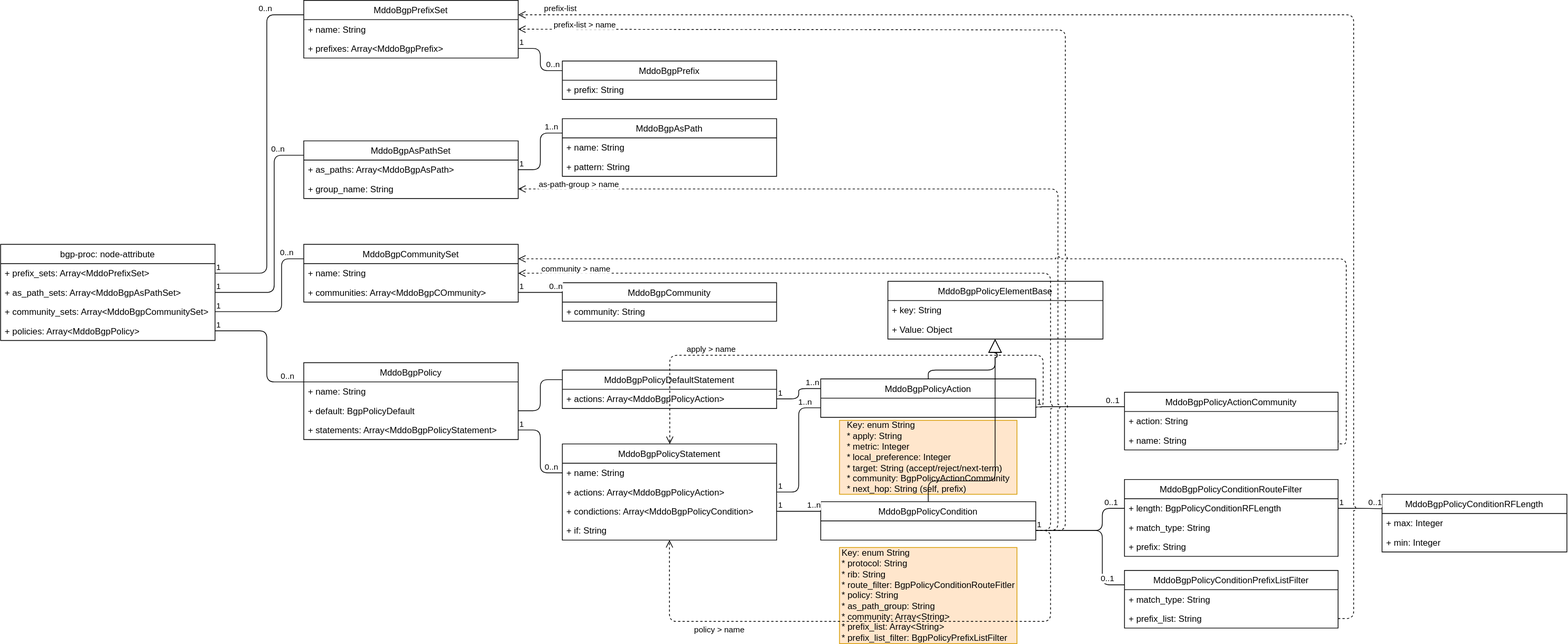
Before: fig/bgp_policy_dsl.drawio.svg, a diagram exported from draw.io (ool-mddo/netomox). Source tidied: cells renumbered, new cells last; positions are measured from the earlier drawing's top-left corner, leaving out a move shared by most shapes.
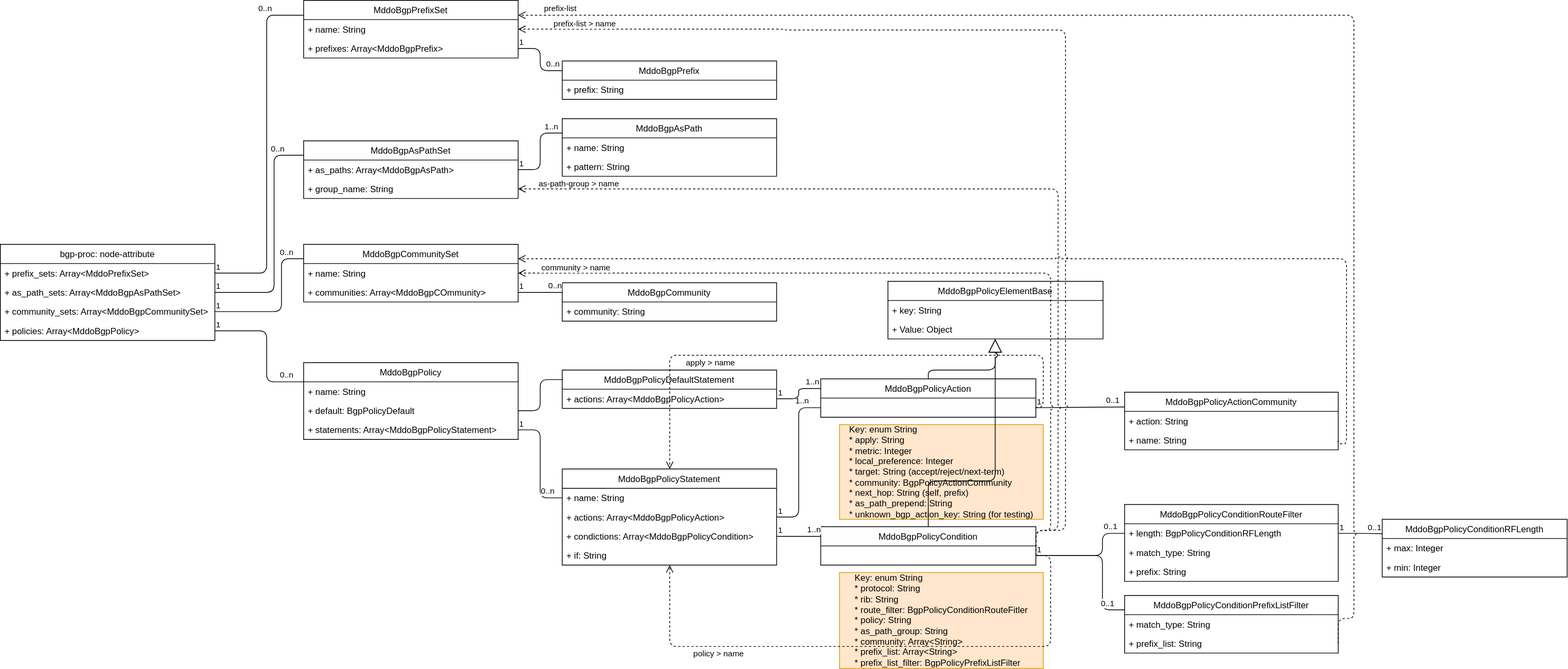
Later version of the same file.

Commit message:
add as-path-prepend bgp policy action

Change to the diagram source:
```diff
@@ -88,7 +88,7 @@
       </mxGeometry>
     </mxCell>
     <mxCell id="25" value="MddoBgpPolicyStatement" style="swimlane;fontStyle=0;horizontal=1;startSize=26;fillColor=none;" parent="1" vertex="1">
-      <mxGeometry x="759.7" y="600" width="289.8" height="130" as="geometry" />
+      <mxGeometry x="759.7" y="634" width="289.8" height="130" as="geometry" />
     </mxCell>
     <mxCell id="26" value="+ name: String" style="text;strokeColor=none;fillColor=none;align=left;verticalAlign=top;spacingLeft=4;spacingRight=4;overflow=hidden;points=[[0,0.5],[1,0.5]];portConstraint=eastwest;" parent="25" vertex="1">
       <mxGeometry y="26" width="289.8" height="26" as="geometry" />
@@ -117,10 +117,10 @@
       <mxGeometry x="1109.2" y="512" width="290.8" height="52" as="geometry" />
     </mxCell>
     <mxCell id="34" value="MddoBgpPolicyCondition" style="swimlane;fontStyle=0;horizontal=1;startSize=26;fillColor=none;" parent="1" vertex="1">
-      <mxGeometry x="1109.2" y="678" width="290.8" height="52" as="geometry" />
+      <mxGeometry x="1109.2" y="712" width="290.8" height="52" as="geometry" />
     </mxCell>
     <mxCell id="35" value="MddoBgpPolicyConditionRouteFilter" style="swimlane;fontStyle=0;horizontal=1;startSize=26;fillColor=none;" parent="1" vertex="1">
-      <mxGeometry x="1520" y="648" width="288.8" height="104" as="geometry" />
+      <mxGeometry x="1520" y="682" width="288.8" height="104" as="geometry" />
     </mxCell>
     <mxCell id="36" value="+ length: BgpPolicyConditionRFLength" style="text;strokeColor=none;fillColor=none;align=left;verticalAlign=top;spacingLeft=4;spacingRight=4;overflow=hidden;points=[[0,0.5],[1,0.5]];portConstraint=eastwest;" parent="35" vertex="1">
       <mxGeometry y="26" width="288.8" height="26" as="geometry" />
@@ -156,8 +156,8 @@
     <mxCell id="45" style="endArrow=none;endFill=0;html=1;edgeStyle=orthogonalEdgeStyle;align=left;verticalAlign=top;exitX=1;exitY=0.75;exitDx=0;exitDy=0;entryX=0;entryY=0.5;entryDx=0;entryDy=0;" parent="1" edge="1" source="34" target="36">
       <mxGeometry x="-1" relative="1" as="geometry">
         <Array as="points">
-          <mxPoint x="1490" y="717" />
-          <mxPoint x="1490" y="687" />
+          <mxPoint x="1490" y="751" />
+          <mxPoint x="1490" y="721" />
         </Array>
       </mxGeometry>
     </mxCell>
@@ -282,14 +282,14 @@
         <mxPoint x="-4" y="-12" as="offset" />
       </mxGeometry>
     </mxCell>
-    <mxCell id="77" value="&lt;div style=&quot;text-align: left;&quot;&gt;&lt;span style=&quot;background-color: initial;&quot;&gt;Key: enum String&lt;/span&gt;&lt;/div&gt;&lt;div style=&quot;text-align: left;&quot;&gt;&lt;span style=&quot;background-color: initial;&quot;&gt;* apply: String&lt;/span&gt;&lt;/div&gt;&lt;div style=&quot;text-align: left;&quot;&gt;&lt;span style=&quot;background-color: initial;&quot;&gt;* metric: Integer&lt;/span&gt;&lt;/div&gt;&lt;div style=&quot;text-align: left;&quot;&gt;&lt;span style=&quot;background-color: initial;&quot;&gt;* local_preference: Integer&lt;/span&gt;&lt;/div&gt;&lt;div style=&quot;text-align: left;&quot;&gt;&lt;span style=&quot;background-color: initial;&quot;&gt;* target: String (accept/reject/next-term)&lt;/span&gt;&lt;/div&gt;&lt;div style=&quot;text-align: left;&quot;&gt;&lt;span style=&quot;background-color: initial;&quot;&gt;* community: BgpPolicyActionCommunity&lt;/span&gt;&lt;/div&gt;&lt;div style=&quot;text-align: left;&quot;&gt;&lt;span style=&quot;background-color: initial;&quot;&gt;* next_hop: String (self, prefix)&lt;/span&gt;&lt;/div&gt;" style="text;html=1;strokeColor=#d79b00;fillColor=#ffe6cc;align=center;verticalAlign=middle;whiteSpace=wrap;rounded=0;" parent="1" vertex="1">
-      <mxGeometry x="1134.6" y="568" width="240" height="100" as="geometry" />
+    <mxCell id="77" value="&lt;div style=&quot;text-align: left;&quot;&gt;&lt;span style=&quot;background-color: initial;&quot;&gt;Key: enum String&lt;/span&gt;&lt;/div&gt;&lt;div style=&quot;text-align: left;&quot;&gt;&lt;span style=&quot;background-color: initial;&quot;&gt;* apply: String&lt;/span&gt;&lt;/div&gt;&lt;div style=&quot;text-align: left;&quot;&gt;&lt;span style=&quot;background-color: initial;&quot;&gt;* metric: Integer&lt;/span&gt;&lt;/div&gt;&lt;div style=&quot;text-align: left;&quot;&gt;&lt;span style=&quot;background-color: initial;&quot;&gt;* local_preference: Integer&lt;/span&gt;&lt;/div&gt;&lt;div style=&quot;text-align: left;&quot;&gt;&lt;span style=&quot;background-color: initial;&quot;&gt;* target: String (accept/reject/next-term)&lt;/span&gt;&lt;/div&gt;&lt;div style=&quot;text-align: left;&quot;&gt;&lt;span style=&quot;background-color: initial;&quot;&gt;* community: BgpPolicyActionCommunity&lt;/span&gt;&lt;/div&gt;&lt;div style=&quot;text-align: left;&quot;&gt;&lt;span style=&quot;background-color: initial;&quot;&gt;* next_hop: String (self, prefix)&lt;/span&gt;&lt;/div&gt;&lt;div style=&quot;text-align: left;&quot;&gt;&lt;span style=&quot;background-color: initial;&quot;&gt;* as_path_prepend: String&lt;/span&gt;&lt;/div&gt;&lt;div style=&quot;text-align: left;&quot;&gt;&lt;span style=&quot;background-color: initial;&quot;&gt;* unknown_bgp_action_key: String (for testing)&lt;/span&gt;&lt;/div&gt;" style="text;html=1;strokeColor=#d79b00;fillColor=#ffe6cc;align=center;verticalAlign=middle;whiteSpace=wrap;rounded=0;" parent="1" vertex="1">
+      <mxGeometry x="1134.6" y="574" width="275.4" height="128" as="geometry" />
     </mxCell>
     <mxCell id="78" value="&lt;div style=&quot;text-align: left;&quot;&gt;&lt;span style=&quot;background-color: initial;&quot;&gt;Key: enum String&lt;/span&gt;&lt;/div&gt;&lt;div style=&quot;text-align: left;&quot;&gt;&lt;span style=&quot;background-color: initial;&quot;&gt;* protocol: String&lt;/span&gt;&lt;/div&gt;&lt;div style=&quot;text-align: left;&quot;&gt;&lt;span style=&quot;background-color: initial;&quot;&gt;* rib: String&lt;/span&gt;&lt;/div&gt;&lt;div style=&quot;border-color: var(--border-color); text-align: left;&quot;&gt;* route_filter: BgpPolicyConditionRouteFitler&lt;/div&gt;&lt;div style=&quot;border-color: var(--border-color); text-align: left;&quot;&gt;* policy: String&lt;/div&gt;&lt;div style=&quot;text-align: left;&quot;&gt;&lt;span style=&quot;background-color: initial;&quot;&gt;* as_path_group: String&lt;/span&gt;&lt;/div&gt;&lt;div style=&quot;text-align: left;&quot;&gt;* community: Array&amp;lt;String&amp;gt;&lt;span style=&quot;background-color: initial;&quot;&gt;&lt;br&gt;&lt;/span&gt;&lt;/div&gt;&lt;div style=&quot;text-align: left;&quot;&gt;&lt;span style=&quot;background-color: initial;&quot;&gt;* prefix_list: Array&amp;lt;String&amp;gt;&lt;/span&gt;&lt;br&gt;&lt;/div&gt;&lt;div style=&quot;text-align: left;&quot;&gt;&lt;span style=&quot;background-color: initial;&quot;&gt;* prefix_list_filter: BgpPolicyPrefixListFilter&lt;/span&gt;&lt;/div&gt;" style="text;html=1;strokeColor=#d79b00;fillColor=#ffe6cc;align=center;verticalAlign=middle;whiteSpace=wrap;rounded=0;" parent="1" vertex="1">
-      <mxGeometry x="1134.6" y="740" width="240" height="130" as="geometry" />
+      <mxGeometry x="1134.6" y="774" width="275.4" height="130" as="geometry" />
     </mxCell>
     <mxCell id="79" value="MddoBgpPolicyConditionRFLength" style="swimlane;fontStyle=0;horizontal=1;startSize=26;fillColor=none;" parent="1" vertex="1">
-      <mxGeometry x="1868.3" y="668" width="250" height="78" as="geometry" />
+      <mxGeometry x="1868.3" y="702" width="250" height="78" as="geometry" />
     </mxCell>
     <mxCell id="80" value="+ max: Integer" style="text;strokeColor=none;fillColor=none;align=left;verticalAlign=top;spacingLeft=4;spacingRight=4;overflow=hidden;" parent="79" vertex="1">
       <mxGeometry y="26" width="250" height="26" as="geometry" />
@@ -309,7 +309,7 @@
       </mxGeometry>
     </mxCell>
     <mxCell id="85" value="MddoBgpPolicyConditionPrefixListFilter" style="swimlane;fontStyle=0;horizontal=1;startSize=26;fillColor=none;" parent="1" vertex="1">
-      <mxGeometry x="1520" y="771" width="288.8" height="78" as="geometry" />
+      <mxGeometry x="1520" y="805" width="288.8" height="78" as="geometry" />
     </mxCell>
     <mxCell id="86" value="+ match_type: String" style="text;strokeColor=none;fillColor=none;align=left;verticalAlign=top;spacingLeft=4;spacingRight=4;overflow=hidden;" parent="85" vertex="1">
       <mxGeometry y="26" width="288.8" height="26" as="geometry" />
@@ -320,8 +320,8 @@
     <mxCell id="88" style="endArrow=none;endFill=0;html=1;edgeStyle=orthogonalEdgeStyle;align=left;verticalAlign=top;exitX=1;exitY=0.75;exitDx=0;exitDy=0;entryX=0;entryY=0.25;entryDx=0;entryDy=0;" parent="1" edge="1" source="34" target="85">
       <mxGeometry x="-1" relative="1" as="geometry">
         <Array as="points">
-          <mxPoint x="1490" y="717" />
-          <mxPoint x="1490" y="790" />
+          <mxPoint x="1490" y="751" />
+          <mxPoint x="1490" y="824" />
         </Array>
       </mxGeometry>
     </mxCell>
@@ -400,16 +400,16 @@
     </mxCell>
     <mxCell id="103" value="apply &amp;gt; name" style="edgeLabel;html=1;align=center;verticalAlign=middle;" parent="102" vertex="1">
       <mxGeometry x="0.93" y="2" relative="1" as="geometry">
-        <mxPoint x="53" y="-106" as="offset" />
+        <mxPoint x="53" y="-120" as="offset" />
       </mxGeometry>
     </mxCell>
     <mxCell id="104" style="html=1;verticalAlign=bottom;endArrow=open;dashed=1;endSize=8;edgeStyle=orthogonalEdgeStyle;exitX=1;exitY=0.75;exitDx=0;exitDy=0;entryX=0.5;entryY=1;entryDx=0;entryDy=0;" parent="1" edge="1" source="34" target="25">
       <mxGeometry relative="1" as="geometry">
         <Array as="points">
-          <mxPoint x="1420" y="717" />
-          <mxPoint x="1420" y="840" />
-          <mxPoint x="905" y="840" />
-          <mxPoint x="905" y="730" />
+          <mxPoint x="1420" y="751" />
+          <mxPoint x="1420" y="874" />
+          <mxPoint x="905" y="874" />
+          <mxPoint x="905" y="764" />
         </Array>
       </mxGeometry>
     </mxCell>
```
